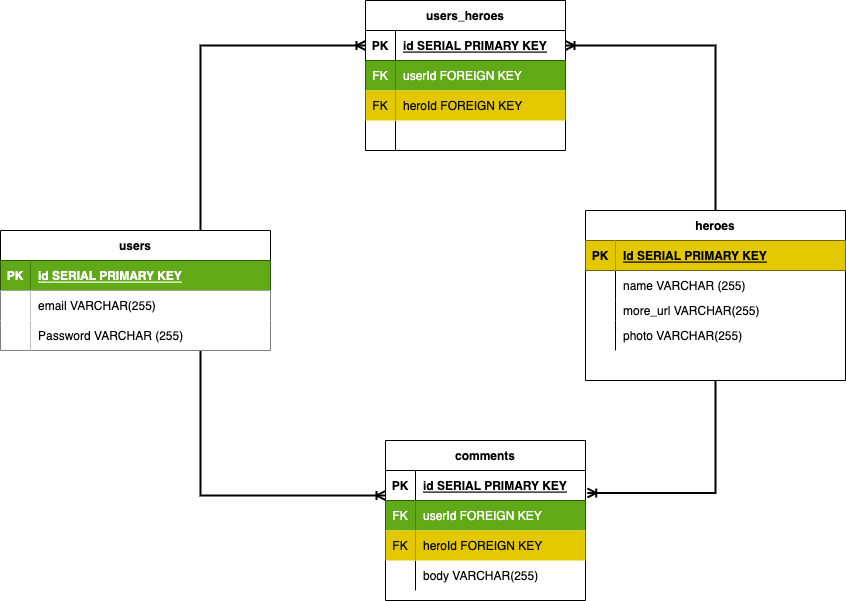
Above: Diagram.drawio.png in tristonpalacios/Virtual-Marvel-Encyclopedia (draw.io), before the change. Source tidied: cells renumbered, new cells last; positions are measured from the earlier drawing's top-left corner, leaving out a move shared by most shapes.
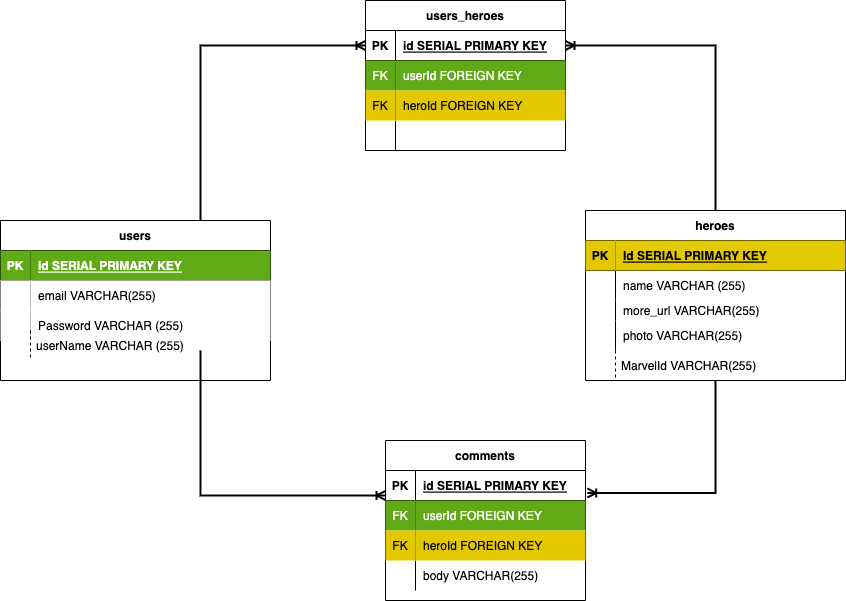
After the commit.

What changed in the source:
```diff
@@ -19,7 +19,7 @@
       </mxGeometry>
     </mxCell>
     <mxCell id="4" value="users" style="shape=table;startSize=30;rowLines=0;fontStyle=1;align=center;" parent="1" vertex="1">
-      <mxGeometry y="230" width="270" height="120" as="geometry" />
+      <mxGeometry y="220" width="270" height="160" as="geometry" />
     </mxCell>
     <mxCell id="5" style="shape=tableRow;horizontal=0;startSize=0;swimlaneHead=0;swimlaneBody=0;fillColor=none;top=0;left=0;right=0;bottom=1;" parent="4" vertex="1">
       <mxGeometry y="30" width="270" height="30" as="geometry" />
@@ -175,5 +175,17 @@
     <mxCell id="54" style="shape=partialRectangle;fillColor=none;top=0;left=0;bottom=0;right=0;align=left;spacingLeft=6;overflow=hidden;" parent="52" vertex="1">
       <mxGeometry x="30" width="170" height="30" as="geometry" />
     </mxCell>
+    <mxCell id="55" value="userName VARCHAR (255)" style="shape=partialRectangle;fillColor=none;align=left;verticalAlign=middle;strokeColor=none;spacingLeft=34;" parent="1" vertex="1">
+      <mxGeometry y="330" width="90" height="30" as="geometry" />
+    </mxCell>
+    <mxCell id="56" style="shape=partialRectangle;top=0;left=0;bottom=0;fillColor=none;stokeWidth=1;dashed=1;align=left;verticalAlign=middle;spacingLeft=4;spacingRight=4;overflow=hidden;" parent="55" vertex="1">
+      <mxGeometry width="30" height="30" as="geometry" />
+    </mxCell>
+    <mxCell id="57" value="MarvelId VARCHAR(255)" style="shape=partialRectangle;fillColor=none;align=left;verticalAlign=middle;strokeColor=none;spacingLeft=34;" parent="1" vertex="1">
+      <mxGeometry x="585" y="350" width="90" height="30" as="geometry" />
+    </mxCell>
+    <mxCell id="58" style="shape=partialRectangle;top=0;left=0;bottom=0;fillColor=none;stokeWidth=1;dashed=1;align=left;verticalAlign=middle;spacingLeft=4;spacingRight=4;overflow=hidden;" parent="57" vertex="1">
+      <mxGeometry width="30" height="30" as="geometry" />
+    </mxCell>
   </root>
 </mxGraphModel>
```
